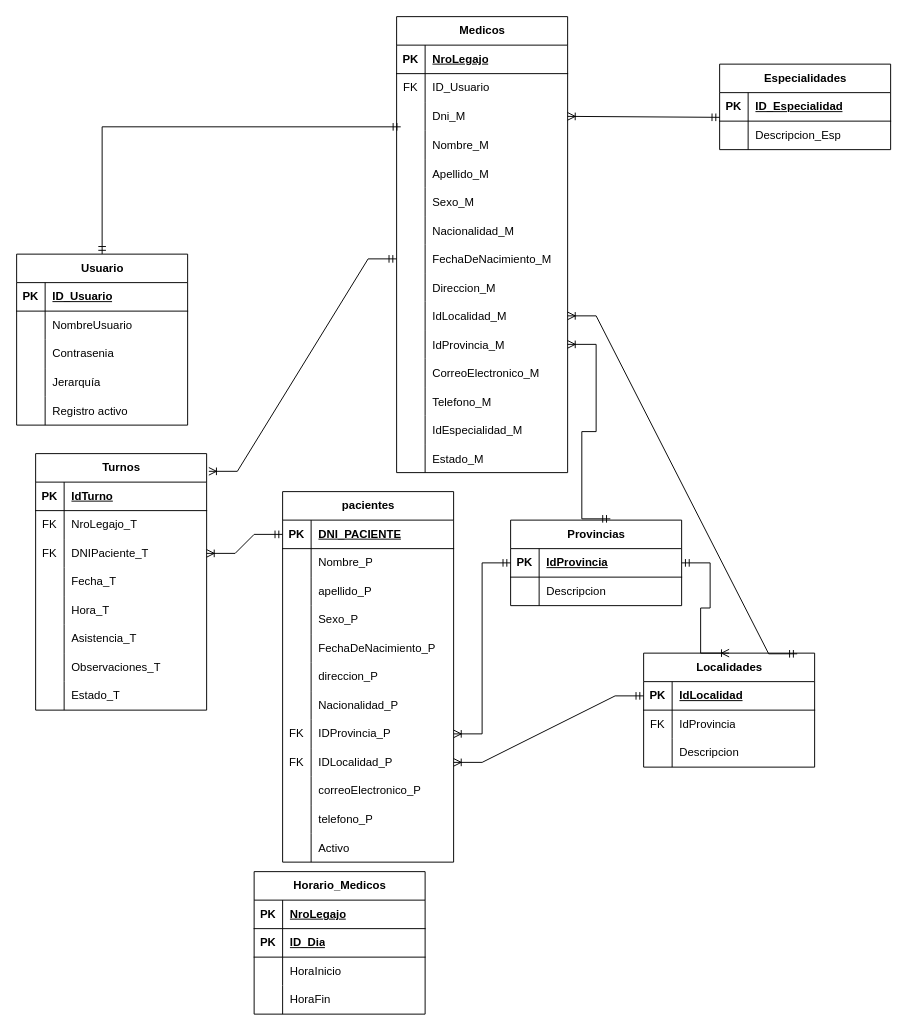
This is DER_Clinica.drawio from ZerothVeratross/tpi-progra3, a draw.io file, before an edit. Source tidied: cells renumbered, new cells numbered last; positions are measured from the earlier drawing's top-left corner, leaving out a move shared by most shapes. Both pictures are drawn from the tidied source at 95%, with x=0, y=0 at pixel (16, 16).
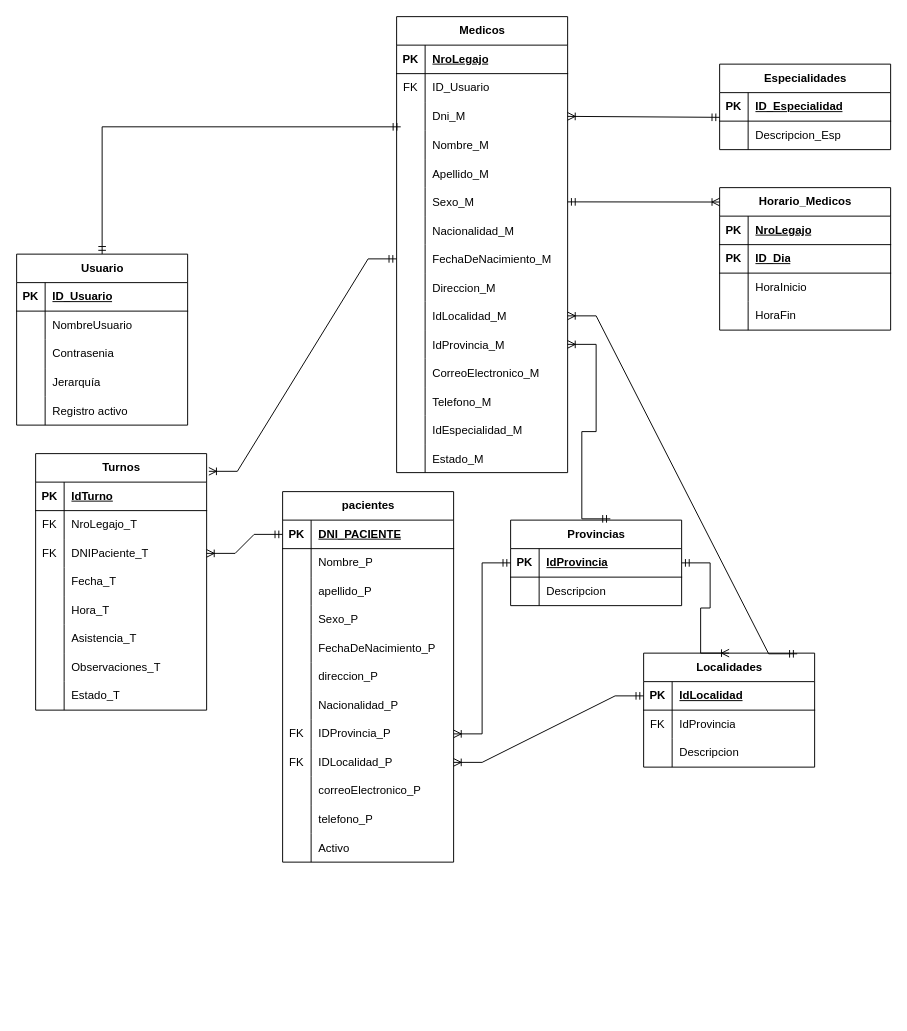
The same diagram, later.

Commit message:
Update DER_Clinica: Agregadas relación 'Medicos' y 'Horario_Medicos'

Unchanged cells that the change refers to:
```xml
<mxCell id="114" style="shape=tableRow;horizontal=0;startSize=0;swimlaneHead=0;swimlaneBody=0;fillColor=none;points=[[0,0.5],[1,0.5]];portConstraint=eastwest;top=0;left=0;right=0;bottom=0;" parent="98" vertex="1">
  <mxGeometry y="180" width="180" height="30" as="geometry" />
</mxCell>
```

Diff of the diagram source:
```diff
@@
     <mxCell id="144" value="Horario&lt;span style=&quot;background-color: transparent; color: light-dark(rgb(0, 0, 0), rgb(255, 255, 255));&quot;&gt;_Medicos&lt;/span&gt;" style="shape=table;startSize=30;childLayout=tableLayout;rowLines=0;fontStyle=1;align=center;html=1;" parent="1" vertex="1">
-      <mxGeometry x="250" y="900" width="180" height="150" as="geometry" />
+      <mxGeometry x="740" y="180" width="180" height="150" as="geometry" />
     </mxCell>
@@
+    <mxCell id="172" style="fontSize=12;html=1;endArrow=ERoneToMany;startArrow=ERmandOne;rounded=0;entryX=0;entryY=0.101;entryDx=0;entryDy=0;entryPerimeter=0;exitX=1;exitY=0.5;exitDx=0;exitDy=0;" parent="1" edge="1" source="114" target="144">
+      <mxGeometry relative="1" as="geometry" />
+    </mxCell>
```
